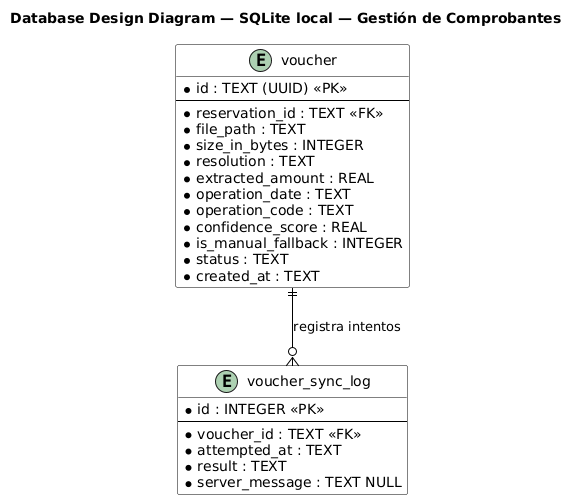
Before: assets/cap2/BC-Gestion-de-Comprobantes-Database-Design.png, a diagram exported from PlantUML (1ACC0238-2620-13981-NovaCorp-InmoNode/InmoNode-Project-Report). Its diagram source:
```plantuml
@startuml
hide empty members
title Database Design Diagram — SQLite local — Gestión de Comprobantes

skinparam class {
    BackgroundColor White
    ArrowColor Black
    BorderColor Black
}

entity "voucher" as voucher {
  * id : TEXT (UUID) <<PK>>
  --
  * reservation_id : TEXT <<FK>>
  * file_path : TEXT
  * size_in_bytes : INTEGER
  * resolution : TEXT
  * extracted_amount : REAL
  * operation_date : TEXT
  * operation_code : TEXT
  * confidence_score : REAL
  * is_manual_fallback : INTEGER
  * status : TEXT
  * created_at : TEXT
}

entity "voucher_sync_log" as sync_log {
  * id : INTEGER <<PK>>
  --
  * voucher_id : TEXT <<FK>>
  * attempted_at : TEXT
  * result : TEXT
  * server_message : TEXT NULL
}

voucher ||--o{ sync_log : registra intentos
@enduml
```
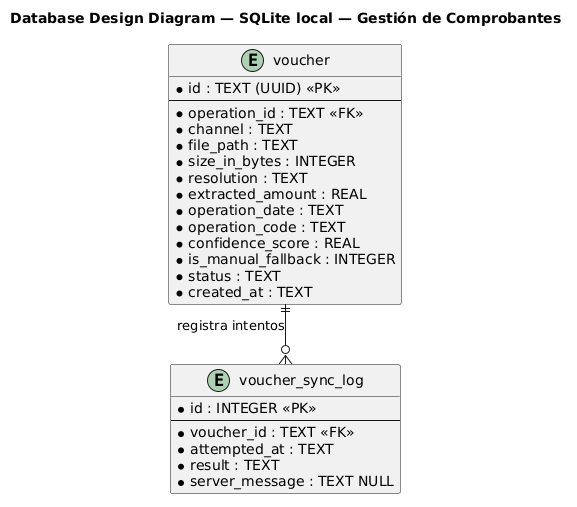
After the change.

Change to the diagram source:
```diff
@@ -1,17 +1,13 @@
 @startuml
-hide empty members
 title Database Design Diagram — SQLite local — Gestión de Comprobantes
 
-skinparam class {
-    BackgroundColor White
-    ArrowColor Black
-    BorderColor Black
-}
+skinparam linetype ortho
 
 entity "voucher" as voucher {
   * id : TEXT (UUID) <<PK>>
   --
-  * reservation_id : TEXT <<FK>>
+  * operation_id : TEXT <<FK>>
+  * channel : TEXT
   * file_path : TEXT
   * size_in_bytes : INTEGER
   * resolution : TEXT
@@ -24,7 +20,7 @@
   * created_at : TEXT
 }
 
-entity "voucher_sync_log" as sync_log {
+entity "voucher_sync_log" as voucher_sync_log {
   * id : INTEGER <<PK>>
   --
   * voucher_id : TEXT <<FK>>
@@ -33,5 +29,6 @@
   * server_message : TEXT NULL
 }
 
-voucher ||--o{ sync_log : registra intentos
+voucher ||--o{ voucher_sync_log : registra intentos
+
 @enduml
```
